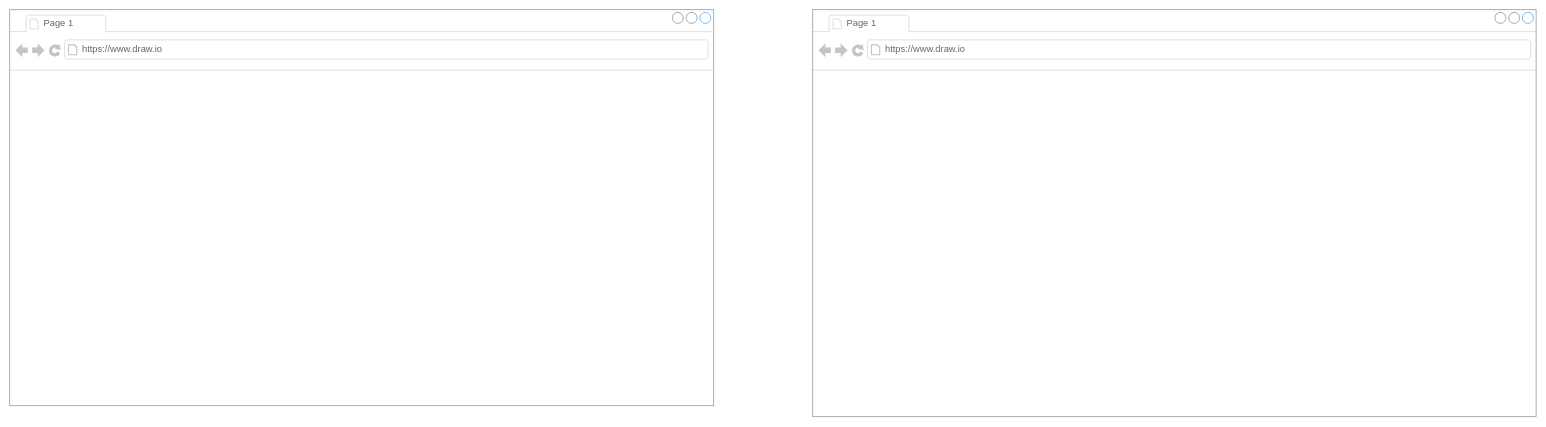
The draw.io diagram page "Desktop" (1 of 2) of ui.drawio in 343s26-Stewart/343s26-final-project-team6, before the edit. Source tidied: cells renumbered, new cells numbered last; positions are measured from the earlier drawing's top-left corner, leaving out a move shared by most shapes. Both pictures are drawn from the tidied source at 55%, with x=0, y=0 at pixel (9, 9).
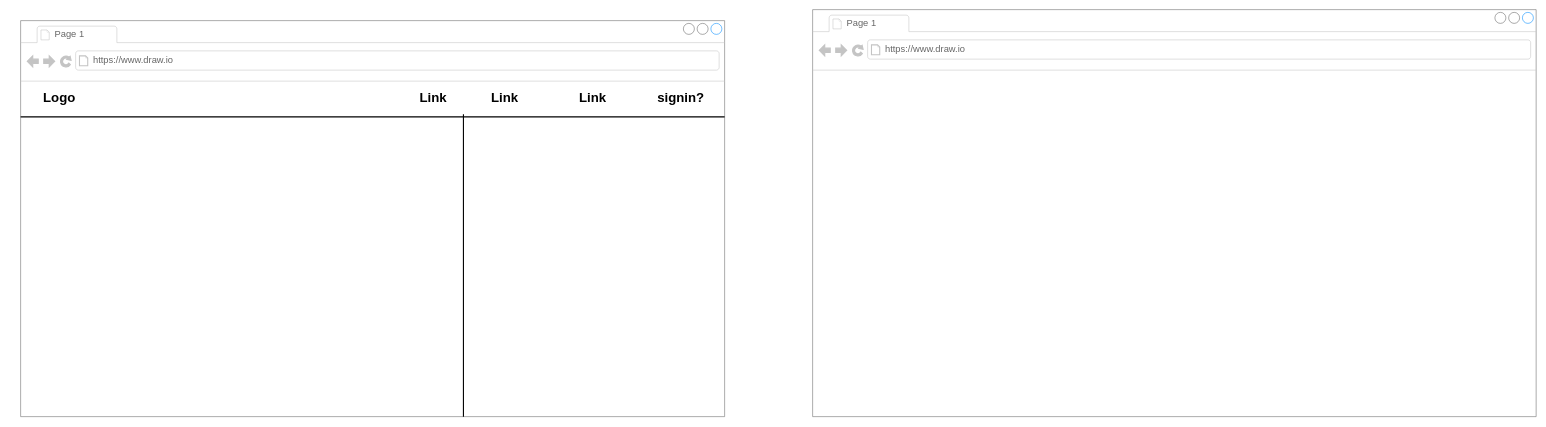
The same diagram, later.

Change to the diagram source:
```diff
@@
 <mxGraphModel>
   <root>
     <mxCell id="0" />
     <mxCell id="1" parent="0" />
     <mxCell id="2" style="strokeWidth=1;shadow=0;dashed=0;align=center;html=1;shape=mxgraph.mockup.containers.browserWindow;rSize=0;strokeColor=#666666;strokeColor2=#008cff;strokeColor3=#c4c4c4;mainText=,;" parent="1" vertex="1">
-      <mxGeometry width="1280" height="720" as="geometry" />
+      <mxGeometry x="20" y="20" width="1280" height="720" as="geometry" />
     </mxCell>
     <mxCell id="3" value="Page 1" style="strokeWidth=1;shadow=0;dashed=0;align=center;html=1;shape=mxgraph.mockup.containers.anchor;fontSize=17;fontColor=#666666;align=left;whiteSpace=wrap;" parent="2" vertex="1">
       <mxGeometry x="60" y="12" width="110" height="26" as="geometry" />
     </mxCell>
     <mxCell id="4" value="https://www.draw.io" style="strokeWidth=1;shadow=0;dashed=0;align=center;html=1;shape=mxgraph.mockup.containers.anchor;rSize=0;fontSize=17;fontColor=#666666;align=left;" parent="2" vertex="1">
       <mxGeometry x="130" y="60" width="250" height="26" as="geometry" />
     </mxCell>
+    <mxCell id="8" style="line;strokeWidth=2;html=1;" parent="2" vertex="1">
+      <mxGeometry y="170" width="1280" height="10" as="geometry" />
+    </mxCell>
+    <mxCell id="9" style="line;strokeWidth=2;direction=south;html=1;" parent="2" vertex="1">
+      <mxGeometry x="800" y="170" width="10.2" height="550" as="geometry" />
+    </mxCell>
+    <mxCell id="10" value="Logo" style="text;strokeColor=none;fillColor=none;html=1;fontSize=24;fontStyle=1;verticalAlign=middle;align=center;" parent="2" vertex="1">
+      <mxGeometry x="20" y="120" width="100" height="40" as="geometry" />
+    </mxCell>
+    <mxCell id="11" value="signin?" style="text;strokeColor=none;fillColor=none;html=1;fontSize=24;fontStyle=1;verticalAlign=middle;align=center;" parent="2" vertex="1">
+      <mxGeometry x="1150" y="120" width="100" height="40" as="geometry" />
+    </mxCell>
+    <mxCell id="12" value="Link" style="text;strokeColor=none;fillColor=none;html=1;fontSize=24;fontStyle=1;verticalAlign=middle;align=center;" parent="2" vertex="1">
+      <mxGeometry x="700" y="120" width="100" height="40" as="geometry" />
+    </mxCell>
+    <mxCell id="13" value="Link" style="text;strokeColor=none;fillColor=none;html=1;fontSize=24;fontStyle=1;verticalAlign=middle;align=center;" parent="2" vertex="1">
+      <mxGeometry x="830" y="120" width="100" height="40" as="geometry" />
+    </mxCell>
+    <mxCell id="14" value="Link" style="text;strokeColor=none;fillColor=none;html=1;fontSize=24;fontStyle=1;verticalAlign=middle;align=center;" parent="2" vertex="1">
+      <mxGeometry x="990" y="120" width="100" height="40" as="geometry" />
+    </mxCell>
     <mxCell id="5" style="strokeWidth=1;shadow=0;dashed=0;align=center;html=1;shape=mxgraph.mockup.containers.browserWindow;rSize=0;strokeColor=#666666;strokeColor2=#008cff;strokeColor3=#c4c4c4;mainText=,;" parent="1" vertex="1">
       <mxGeometry x="1460" width="1315.5" height="740" as="geometry" />
     </mxCell>
     <mxCell id="6" value="Page 1" style="strokeWidth=1;shadow=0;dashed=0;align=center;html=1;shape=mxgraph.mockup.containers.anchor;fontSize=17;fontColor=#666666;align=left;whiteSpace=wrap;" parent="5" vertex="1">
       <mxGeometry x="60" y="12" width="110" height="26" as="geometry" />
     </mxCell>
     <mxCell id="7" value="https://www.draw.io" style="strokeWidth=1;shadow=0;dashed=0;align=center;html=1;shape=mxgraph.mockup.containers.anchor;rSize=0;fontSize=17;fontColor=#666666;align=left;" parent="5" vertex="1">
       <mxGeometry x="130" y="60" width="250" height="26" as="geometry" />
     </mxCell>
   </root>
 </mxGraphModel>
```
